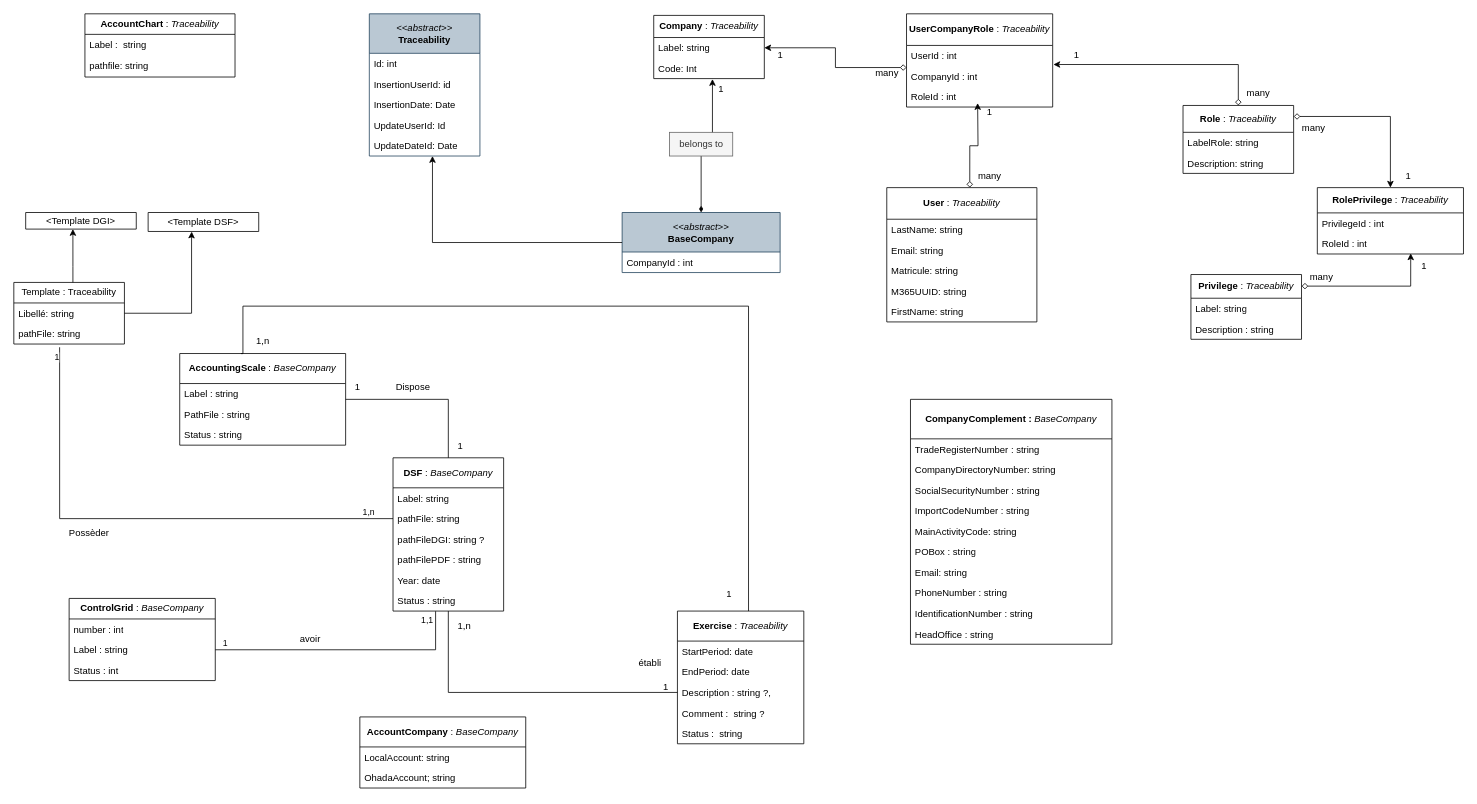
Above: page "Diagramme_classe" (1 of 5) of Conception_DSF.drawio in Michelle-Ngami/Conception_DSF (draw.io), before the change. Source tidied: cells renumbered, new cells numbered last; positions are measured from the earlier drawing's top-left corner, leaving out a move shared by most shapes. Both pictures are drawn from the tidied source at 79%, with x=0, y=0 at pixel (13, 13).
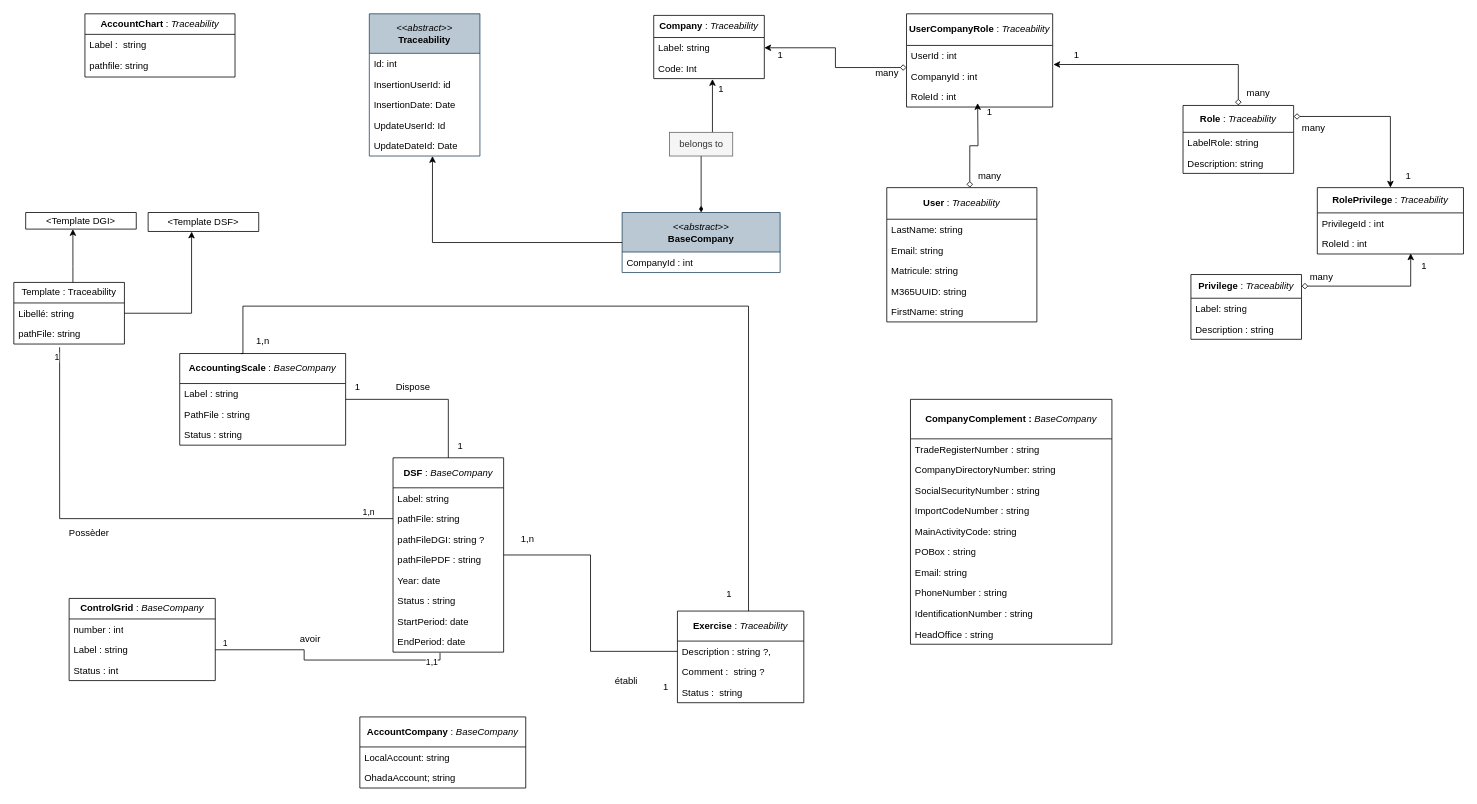
The same diagram, later.

Unchanged cells that the change refers to:
```xml
<mxCell id="24" value="Status : string" style="text;strokeColor=none;fillColor=none;align=left;verticalAlign=top;spacingLeft=4;spacingRight=4;overflow=hidden;points=[[0,0.5],[1,0.5]];portConstraint=eastwest;whiteSpace=wrap;html=1;" parent="18" vertex="1">
  <mxGeometry y="168" width="140" height="26" as="geometry" />
</mxCell>
<mxCell id="38" value="Label : string" style="text;strokeColor=none;fillColor=none;align=left;verticalAlign=top;spacingLeft=4;spacingRight=4;overflow=hidden;points=[[0,0.5],[1,0.5]];portConstraint=eastwest;whiteSpace=wrap;html=1;" parent="36" vertex="1">
  <mxGeometry y="52" width="185" height="26" as="geometry" />
</mxCell>
```

Diff of the diagram source:
```diff
@@
     <mxCell id="18" value="&lt;b&gt;DSF &lt;/b&gt;: &lt;i&gt;BaseCompany&lt;/i&gt;" style="swimlane;fontStyle=0;horizontal=1;startSize=38;fillColor=none;whiteSpace=wrap;html=1;" parent="1" vertex="1">
-      <mxGeometry x="480" y="562" width="140" height="194" as="geometry" />
+      <mxGeometry x="480" y="562" width="140" height="246" as="geometry" />
     </mxCell>
@@
+    <mxCell id="85" value="&lt;span style=&quot;background-color: transparent; color: light-dark(rgb(0, 0, 0), rgb(255, 255, 255));&quot;&gt;StartPeriod&lt;/span&gt;: date" style="text;strokeColor=none;fillColor=none;align=left;verticalAlign=top;spacingLeft=4;spacingRight=4;overflow=hidden;whiteSpace=wrap;html=1;" parent="18" vertex="1">
+      <mxGeometry y="194" width="140" height="26" as="geometry" />
+    </mxCell>
+    <mxCell id="86" value="EndPeriod: date" style="text;strokeColor=none;fillColor=none;align=left;verticalAlign=top;spacingLeft=4;spacingRight=4;overflow=hidden;points=[[0,0.5],[1,0.5]];portConstraint=eastwest;whiteSpace=wrap;html=1;" parent="18" vertex="1">
+      <mxGeometry y="220" width="140" height="26" as="geometry" />
+    </mxCell>
@@
-    <mxCell id="40" style="endArrow=none;html=1;edgeStyle=orthogonalEdgeStyle;rounded=0;entryX=1;entryY=0.5;entryDx=0;entryDy=0;exitX=0.385;exitY=1.009;exitDx=0;exitDy=0;exitPerimeter=0;" parent="1" edge="1" source="24" target="38">
+    <mxCell id="40" style="endArrow=none;html=1;edgeStyle=orthogonalEdgeStyle;rounded=0;entryX=1;entryY=0.5;entryDx=0;entryDy=0;exitX=0.425;exitY=1.035;exitDx=0;exitDy=0;exitPerimeter=0;" parent="1" edge="1" source="86" target="38">
       <mxGeometry relative="1" as="geometry" />
     </mxCell>
@@
     <mxCell id="84" value="&lt;b&gt;Exercise&amp;nbsp;&lt;/b&gt;: &lt;i&gt;Traceability&lt;/i&gt;" style="swimlane;fontStyle=0;horizontal=1;startSize=38;fillColor=none;whiteSpace=wrap;html=1;" parent="1" vertex="1">
-      <mxGeometry x="840" y="756" width="160" height="168" as="geometry" />
+      <mxGeometry x="840" y="756" width="160" height="116" as="geometry" />
     </mxCell>
-    <mxCell id="85" value="&lt;span style=&quot;background-color: transparent; color: light-dark(rgb(0, 0, 0), rgb(255, 255, 255));&quot;&gt;StartPeriod&lt;/span&gt;: date" style="text;strokeColor=none;fillColor=none;align=left;verticalAlign=top;spacingLeft=4;spacingRight=4;overflow=hidden;whiteSpace=wrap;html=1;" parent="84" vertex="1">
-      <mxGeometry y="38" width="160" height="26" as="geometry" />
-    </mxCell>
-    <mxCell id="86" value="EndPeriod: date" style="text;strokeColor=none;fillColor=none;align=left;verticalAlign=top;spacingLeft=4;spacingRight=4;overflow=hidden;points=[[0,0.5],[1,0.5]];portConstraint=eastwest;whiteSpace=wrap;html=1;" parent="84" vertex="1">
-      <mxGeometry y="64" width="160" height="26" as="geometry" />
-    </mxCell>
     <mxCell id="87" value="Description : string ?,&lt;div&gt;&lt;br&gt;&lt;/div&gt;" style="text;strokeColor=none;fillColor=none;align=left;verticalAlign=top;spacingLeft=4;spacingRight=4;overflow=hidden;points=[[0,0.5],[1,0.5]];portConstraint=eastwest;whiteSpace=wrap;html=1;" parent="84" vertex="1">
-      <mxGeometry y="90" width="160" height="26" as="geometry" />
+      <mxGeometry y="38" width="160" height="26" as="geometry" />
     </mxCell>
     <mxCell id="88" value="Comment :&amp;nbsp; string ?" style="text;strokeColor=none;fillColor=none;align=left;verticalAlign=top;spacingLeft=4;spacingRight=4;overflow=hidden;whiteSpace=wrap;html=1;" parent="84" vertex="1">
-      <mxGeometry y="116" width="160" height="26" as="geometry" />
+      <mxGeometry y="64" width="160" height="26" as="geometry" />
     </mxCell>
     <mxCell id="89" value="Status :&amp;nbsp; string" style="text;strokeColor=none;fillColor=none;align=left;verticalAlign=top;spacingLeft=4;spacingRight=4;overflow=hidden;whiteSpace=wrap;html=1;" parent="84" vertex="1">
-      <mxGeometry y="142" width="160" height="26" as="geometry" />
+      <mxGeometry y="90" width="160" height="26" as="geometry" />
     </mxCell>
@@
     <mxCell id="91" value="1,n" style="text;html=1;align=center;verticalAlign=middle;strokeColor=none;fillColor=none;" parent="1" vertex="1">
-      <mxGeometry x="550" y="760" width="40" height="30" as="geometry" />
+      <mxGeometry x="630" y="650" width="40" height="30" as="geometry" />
     </mxCell>
     <mxCell id="92" value="établi" style="text;html=1;align=center;verticalAlign=middle;strokeColor=none;fillColor=none;" parent="1" vertex="1">
-      <mxGeometry x="780" y="807" width="50" height="30" as="geometry" />
+      <mxGeometry x="750" y="830" width="50" height="30" as="geometry" />
     </mxCell>
```
